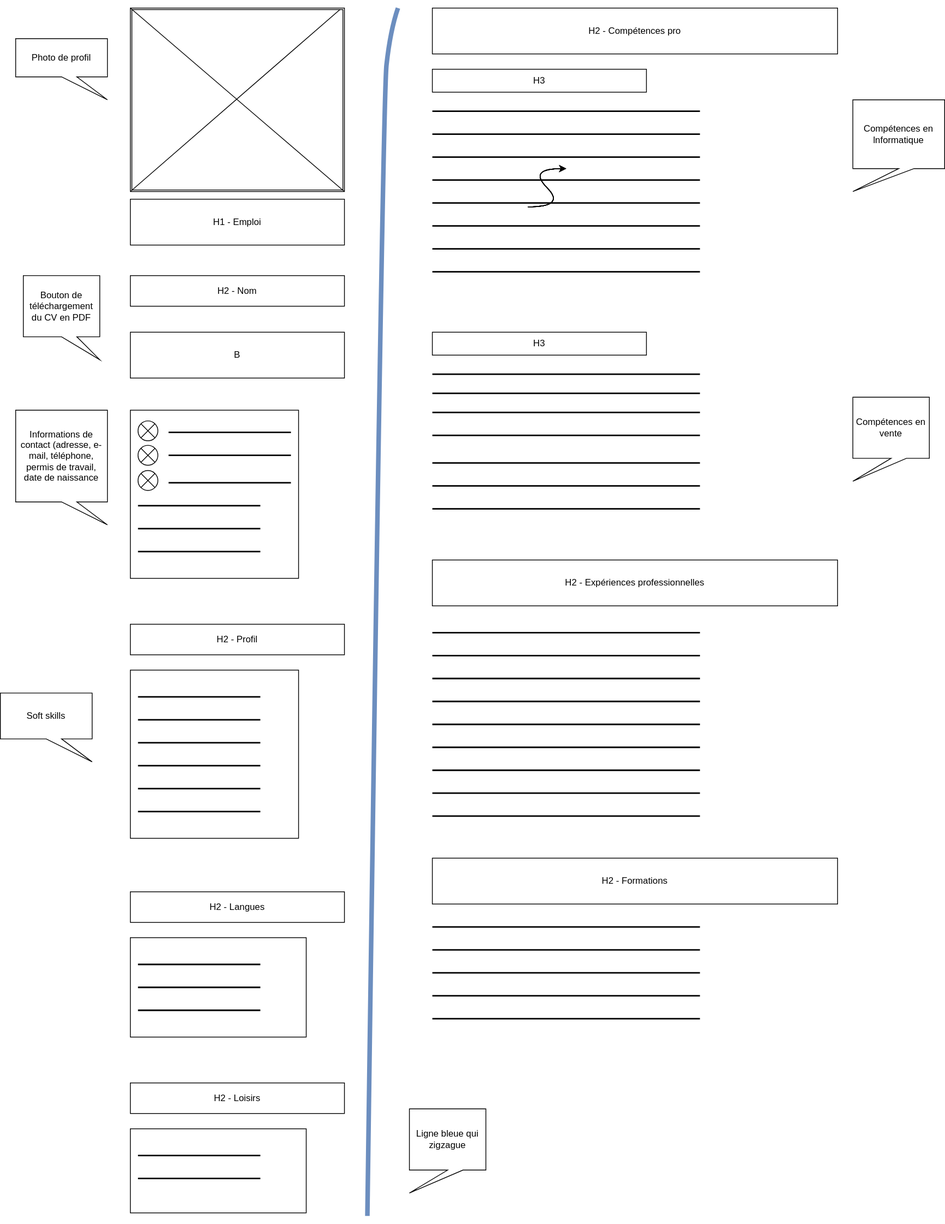
The draw.io diagram wireframe/cv.drawio.svg in feliciencorbat/wireframe_cv_bootstrap, before a commit. Source tidied: cells renumbered, new cells last; positions are measured from the earlier drawing's top-left corner, leaving out a move shared by most shapes.
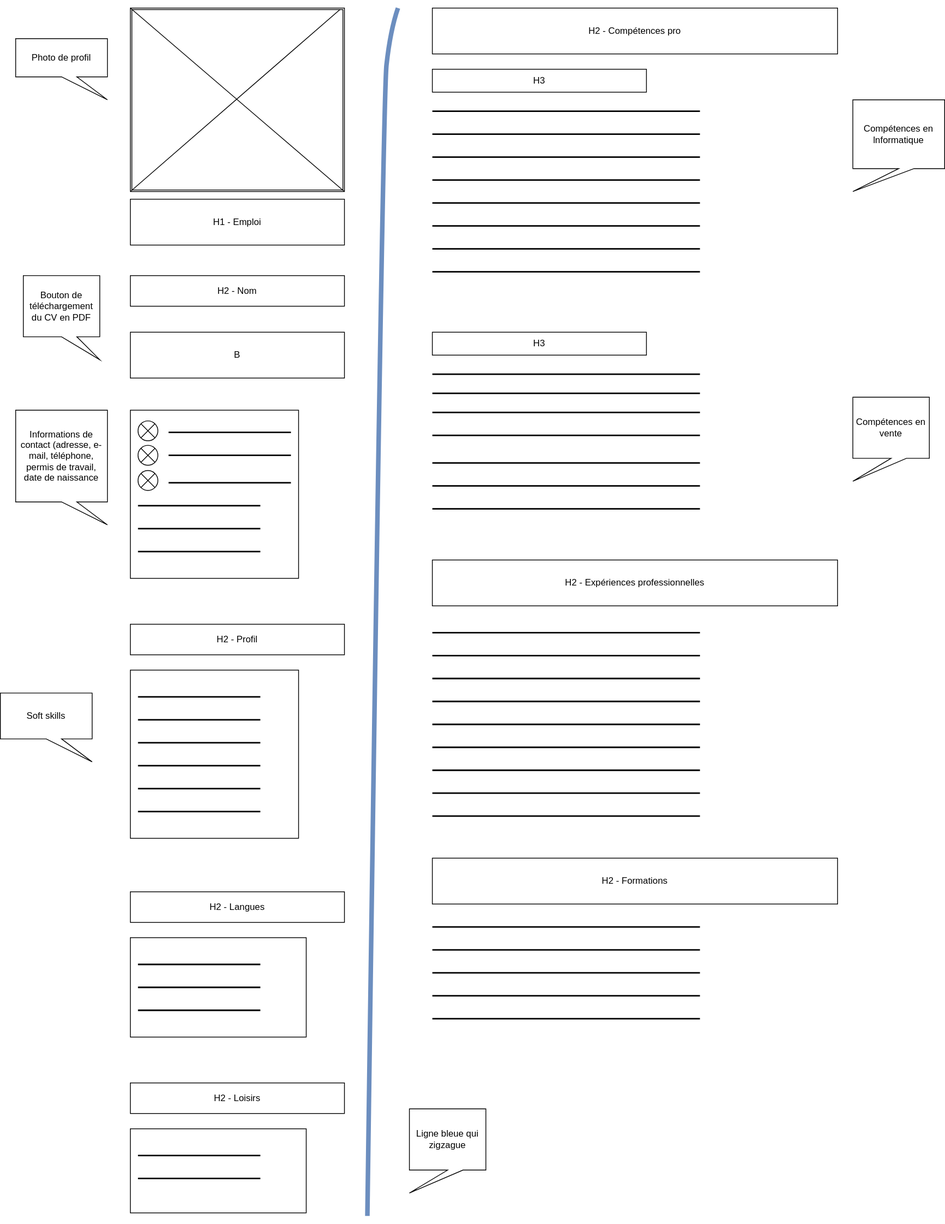
Later version of the same file.

Commit message:
Debug wireframe

Change to the diagram source:
```diff
@@ -232,76 +232,6 @@
     <mxCell id="76" style="shape=sumEllipse;perimeter=ellipsePerimeter;whiteSpace=wrap;html=1;backgroundOutline=1;" parent="1" vertex="1">
       <mxGeometry x="180" y="615" width="26" height="26" as="geometry" />
     </mxCell>
-    <mxCell id="77" style="curved=1;endArrow=classic;html=1;rounded=0;" parent="1" edge="1">
-      <mxGeometry relative="1" as="geometry">
-        <mxPoint x="690" y="270" as="sourcePoint" />
-        <mxPoint x="740" y="220" as="targetPoint" />
-        <Array as="points">
-          <mxPoint x="740" y="270" />
-          <mxPoint x="690" y="220" />
-        </Array>
-      </mxGeometry>
-    </mxCell>
-    <mxCell id="78" style="curved=1;endArrow=classic;html=1;rounded=0;" parent="1" edge="1">
-      <mxGeometry relative="1" as="geometry">
-        <mxPoint x="690" y="270" as="sourcePoint" />
-        <mxPoint x="740" y="220" as="targetPoint" />
-        <Array as="points">
-          <mxPoint x="740" y="270" />
-          <mxPoint x="690" y="220" />
-        </Array>
-      </mxGeometry>
-    </mxCell>
-    <mxCell id="79" style="curved=1;endArrow=classic;html=1;rounded=0;" parent="1" edge="1">
-      <mxGeometry relative="1" as="geometry">
-        <mxPoint x="690" y="270" as="sourcePoint" />
-        <mxPoint x="740" y="220" as="targetPoint" />
-        <Array as="points">
-          <mxPoint x="740" y="270" />
-          <mxPoint x="690" y="220" />
-        </Array>
-      </mxGeometry>
-    </mxCell>
-    <mxCell id="80" style="curved=1;endArrow=classic;html=1;rounded=0;" parent="1" edge="1">
-      <mxGeometry relative="1" as="geometry">
-        <mxPoint x="690" y="270" as="sourcePoint" />
-        <mxPoint x="740" y="220" as="targetPoint" />
-        <Array as="points">
-          <mxPoint x="740" y="270" />
-          <mxPoint x="690" y="220" />
-        </Array>
-      </mxGeometry>
-    </mxCell>
-    <mxCell id="81" style="curved=1;endArrow=classic;html=1;rounded=0;" parent="1" edge="1">
-      <mxGeometry relative="1" as="geometry">
-        <mxPoint x="690" y="270" as="sourcePoint" />
-        <mxPoint x="740" y="220" as="targetPoint" />
-        <Array as="points">
-          <mxPoint x="740" y="270" />
-          <mxPoint x="690" y="220" />
-        </Array>
-      </mxGeometry>
-    </mxCell>
-    <mxCell id="82" style="curved=1;endArrow=classic;html=1;rounded=0;" parent="1" edge="1">
-      <mxGeometry relative="1" as="geometry">
-        <mxPoint x="690" y="270" as="sourcePoint" />
-        <mxPoint x="740" y="220" as="targetPoint" />
-        <Array as="points">
-          <mxPoint x="740" y="270" />
-          <mxPoint x="690" y="220" />
-        </Array>
-      </mxGeometry>
-    </mxCell>
-    <mxCell id="83" style="curved=1;endArrow=classic;html=1;rounded=0;" parent="1" edge="1">
-      <mxGeometry relative="1" as="geometry">
-        <mxPoint x="690" y="270" as="sourcePoint" />
-        <mxPoint x="740" y="220" as="targetPoint" />
-        <Array as="points">
-          <mxPoint x="740" y="270" />
-          <mxPoint x="690" y="220" />
-        </Array>
-      </mxGeometry>
-    </mxCell>
     <mxCell id="84" style="curved=1;endArrow=none;html=1;rounded=0;endFill=0;strokeWidth=6;fillColor=#dae8fc;strokeColor=#6c8ebf;" parent="1" edge="1">
       <mxGeometry relative="1" as="geometry">
         <mxPoint x="480" y="1590" as="sourcePoint" />
```
